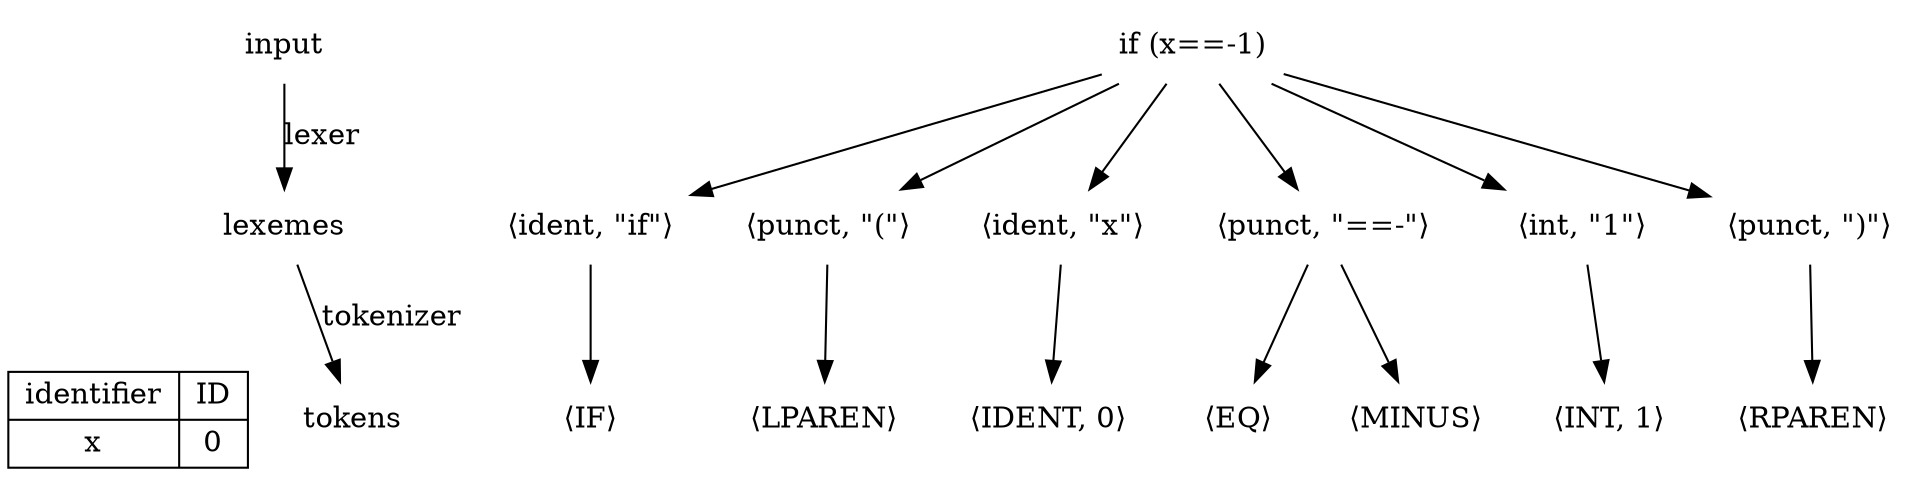
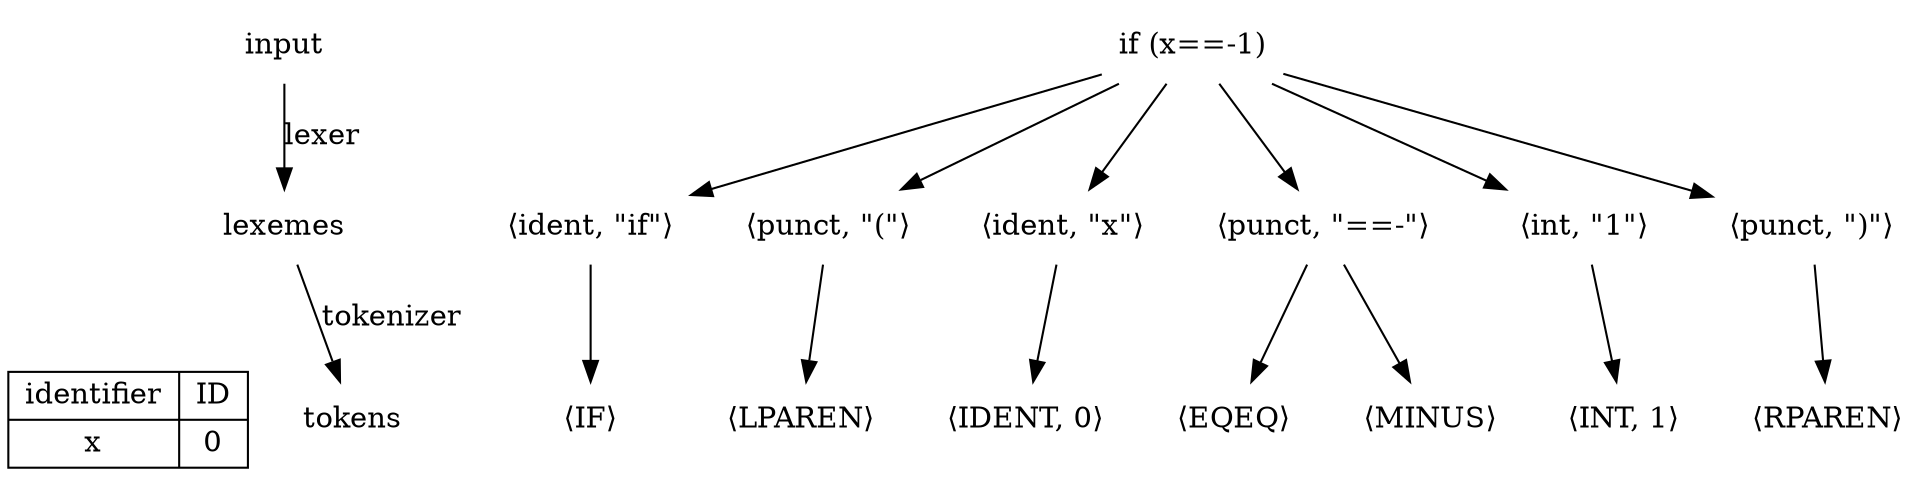
digraph lexical_analysis {
    ranksep = 0.5;

    node [shape = "plaintext"];

    input [label = "input"];

    input_str [label = <if (x==-1)>];

    lexemes [label = "lexemes"];

    l1 [label = <⟨ident, "if"⟩>]
    l2 [label = <⟨punct, "("⟩>]
    l3 [label = <⟨ident, "x"⟩>]
    l4 [label = <⟨punct, "==-"⟩>]
    l5 [label = <⟨int, "1"⟩>]
    l6 [label = <⟨punct, ")"⟩>]

    ident_map [shape = "record", label = "{ identifier | x } | { ID | 0 }"];
    tokens [label = "tokens"];

    t1 [label = <⟨IF⟩>]
    t2 [label = <⟨LPAREN⟩>]
    t3 [label = <⟨IDENT, 0⟩>]
-     t4 [label = <⟨EQ⟩>]
+     t4 [label = <⟨EQEQ⟩>]
    t5 [label = <⟨MINUS⟩>]
    t6 [label = <⟨INT, 1⟩>]
    t7 [label = <⟨RPAREN⟩>]

    input_str -> l1 -> t1;
    input_str -> l2 -> t2;
    input_str -> l3 -> t3;
    input_str -> l4 -> { t4, t5 };
    input_str -> l5 -> t6;
    input_str -> l6 -> t7;

    input -> lexemes [label = "lexer"];
    lexemes -> tokens [label = "tokenizer"];
    lexemes -> ident_map [style = "invis"];
}
